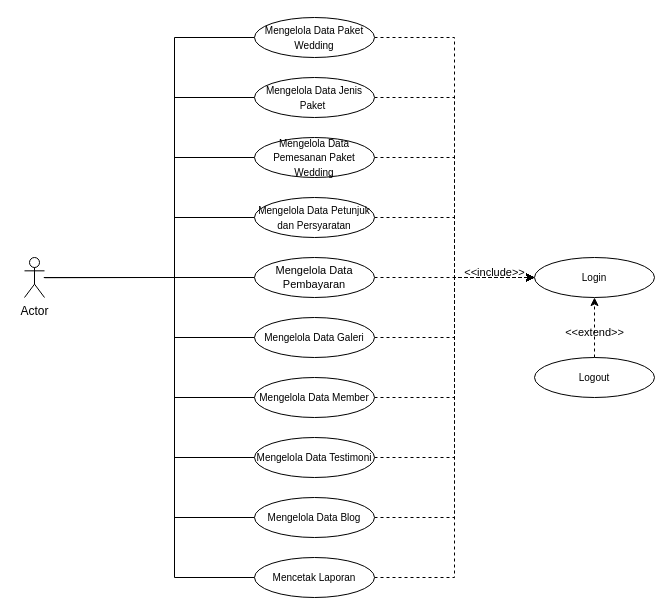
The draw.io diagram Use Case Diagram Admin.drawio in wepro-v/asset, before the edit. Source tidied: cells renumbered, new cells numbered last; positions are measured from the earlier drawing's top-left corner, leaving out a move shared by most shapes. Both pictures are drawn from the tidied source at 100%, with x=0, y=0 at pixel (24, 17).
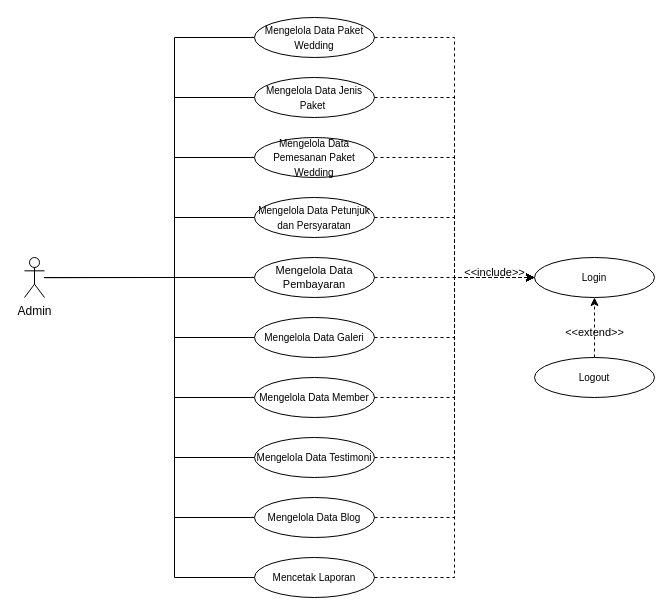
The same diagram, later.

Change to the diagram source:
```diff
@@
-    <mxCell id="3" value="Actor" style="shape=umlActor;verticalLabelPosition=bottom;verticalAlign=top;html=1;" parent="1" vertex="1">
+    <mxCell id="3" value="Admin" style="shape=umlActor;verticalLabelPosition=bottom;verticalAlign=top;html=1;" parent="1" vertex="1">
       <mxGeometry y="240" width="20" height="40" as="geometry" />
     </mxCell>
```
